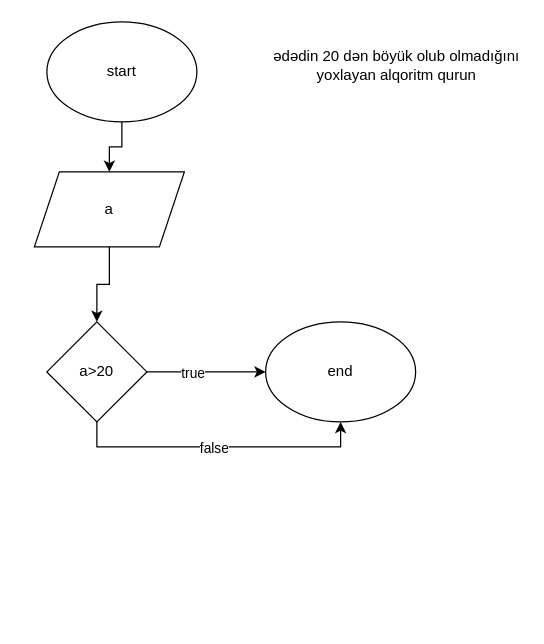
The draw.io diagram ədədin 20 dən böyük olub olmadığını yoxlayan alqoritm qurun.drawio in e-valiyev/Less-3-01-24-01, before the edit. Source tidied: cells renumbered, new cells numbered last; positions are measured from the earlier drawing's top-left corner, leaving out a move shared by most shapes. Both pictures are drawn from the tidied source at 125%, with x=0, y=0 at pixel (34, 21).
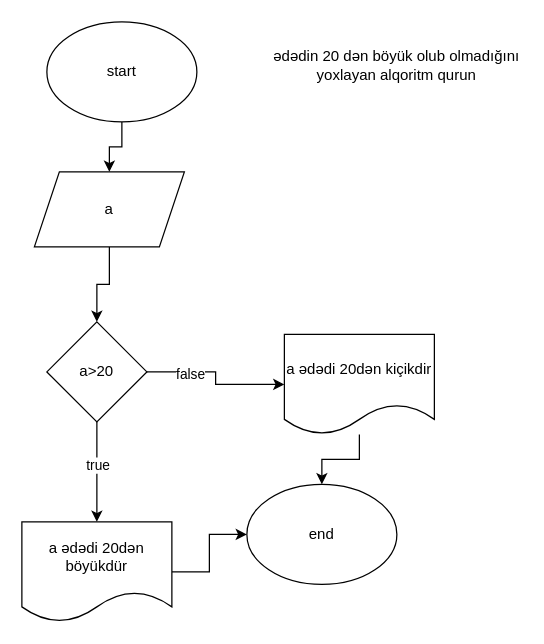
The same page after the edit.

Diff of the diagram source:
```diff
@@
 <mxGraphModel>
   <root>
     <mxCell id="0" />
     <mxCell id="1" parent="0" />
     <mxCell id="2" style="edgeStyle=orthogonalEdgeStyle;rounded=0;jettySize=auto;html=1;" parent="1" edge="1" source="3" target="6">
       <mxGeometry relative="1" as="geometry" />
     </mxCell>
     <mxCell id="3" value="start" style="ellipse;whiteSpace=wrap;html=1;" parent="1" vertex="1">
       <mxGeometry x="10" width="120" height="80" as="geometry" />
     </mxCell>
     <mxCell id="4" value="ədədin 20 dən böyük olub olmadığını yoxlayan alqoritm qurun" style="text;html=1;align=center;verticalAlign=middle;whiteSpace=wrap;rounded=0;" parent="1" vertex="1">
       <mxGeometry x="190" y="20" width="200" height="30" as="geometry" />
     </mxCell>
     <mxCell id="5" style="edgeStyle=orthogonalEdgeStyle;rounded=0;jettySize=auto;html=1;" parent="1" edge="1" source="6" target="11">
       <mxGeometry relative="1" as="geometry" />
     </mxCell>
     <mxCell id="6" value="a" style="shape=parallelogram;perimeter=parallelogramPerimeter;whiteSpace=wrap;html=1;fixedSize=1;" parent="1" vertex="1">
       <mxGeometry y="120" width="120" height="60" as="geometry" />
     </mxCell>
-    <mxCell id="7" style="edgeStyle=orthogonalEdgeStyle;rounded=0;jettySize=auto;html=1;" parent="1" edge="1" source="11" target="12">
-      <mxGeometry relative="1" as="geometry" />
-    </mxCell>
+    <mxCell id="13" style="edgeStyle=orthogonalEdgeStyle;rounded=0;jettySize=auto;html=1;" parent="1" edge="1" source="11" target="18">
+      <mxGeometry relative="1" as="geometry" />
+    </mxCell>
+    <mxCell id="10" value="false" style="edgeLabel;html=1;align=center;verticalAlign=middle;" parent="13" vertex="1">
+      <mxGeometry x="-0.44" y="-1" relative="1" as="geometry" />
+    </mxCell>
+    <mxCell id="14" style="edgeStyle=orthogonalEdgeStyle;rounded=0;jettySize=auto;html=1;" parent="1" edge="1" source="11" target="16">
+      <mxGeometry relative="1" as="geometry" />
+    </mxCell>
-    <mxCell id="8" value="true" style="edgeLabel;html=1;align=center;verticalAlign=middle;" parent="7" vertex="1">
-      <mxGeometry x="-0.25" relative="1" as="geometry" />
+    <mxCell id="8" value="true" style="edgeLabel;html=1;align=center;verticalAlign=middle;" parent="14" vertex="1">
+      <mxGeometry x="-0.14" relative="1" as="geometry" />
     </mxCell>
-    <mxCell id="9" style="edgeStyle=orthogonalEdgeStyle;rounded=0;jettySize=auto;html=1;entryX=0.5;entryY=1;entryDx=0;entryDy=0;" parent="1" edge="1" source="11" target="12">
-      <mxGeometry relative="1" as="geometry">
-        <Array as="points">
-          <mxPoint x="50" y="340" />
-          <mxPoint x="245" y="340" />
-        </Array>
-      </mxGeometry>
-    </mxCell>
-    <mxCell id="10" value="false" style="edgeLabel;html=1;align=center;verticalAlign=middle;" parent="9" vertex="1">
-      <mxGeometry x="-0.04" relative="1" as="geometry" />
-    </mxCell>
     <mxCell id="11" value="a&amp;gt;20" style="rhombus;whiteSpace=wrap;html=1;" parent="1" vertex="1">
       <mxGeometry x="10" y="240" width="80" height="80" as="geometry" />
     </mxCell>
     <mxCell id="12" value="end" style="ellipse;whiteSpace=wrap;html=1;" parent="1" vertex="1">
-      <mxGeometry x="185" y="240" width="120" height="80" as="geometry" />
+      <mxGeometry x="170" y="370" width="120" height="80" as="geometry" />
     </mxCell>
+    <mxCell id="15" style="edgeStyle=orthogonalEdgeStyle;rounded=0;jettySize=auto;html=1;" parent="1" edge="1" source="16" target="12">
+      <mxGeometry relative="1" as="geometry" />
+    </mxCell>
+    <mxCell id="16" value="a ədədi 20dən böyükdür" style="shape=document;whiteSpace=wrap;html=1;boundedLbl=1;" parent="1" vertex="1">
+      <mxGeometry x="-10" y="400" width="120" height="80" as="geometry" />
+    </mxCell>
+    <mxCell id="17" style="edgeStyle=orthogonalEdgeStyle;rounded=0;jettySize=auto;html=1;" parent="1" edge="1" source="18" target="12">
+      <mxGeometry relative="1" as="geometry" />
+    </mxCell>
+    <mxCell id="18" value="a ədədi 20dən kiçikdir" style="shape=document;whiteSpace=wrap;html=1;boundedLbl=1;" parent="1" vertex="1">
+      <mxGeometry x="200" y="250" width="120" height="80" as="geometry" />
+    </mxCell>
   </root>
 </mxGraphModel>
```
